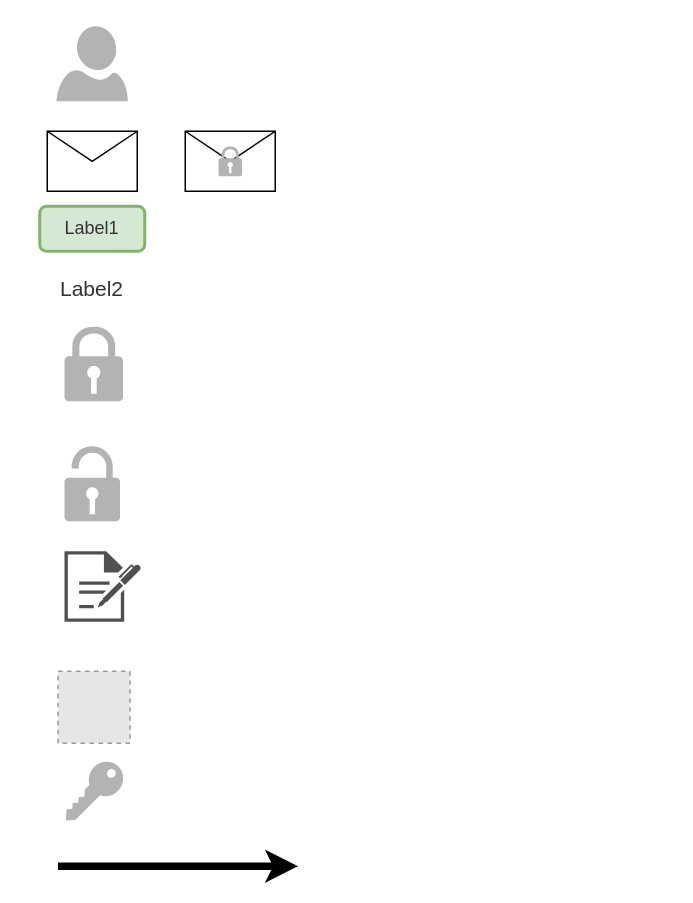
This is sign-then-encrypt_scheme.drawio from eraldss1/diagram-signcryption, a draw.io file, before an edit. Source tidied: cells renumbered, new cells numbered last; positions are measured from the earlier drawing's top-left corner, leaving out a move shared by most shapes. Both pictures are drawn from the tidied source at 150%, with x=0, y=0 at pixel (39, 26). Pictures stored in the file or linked from it are replaced by grey dashed boxes.
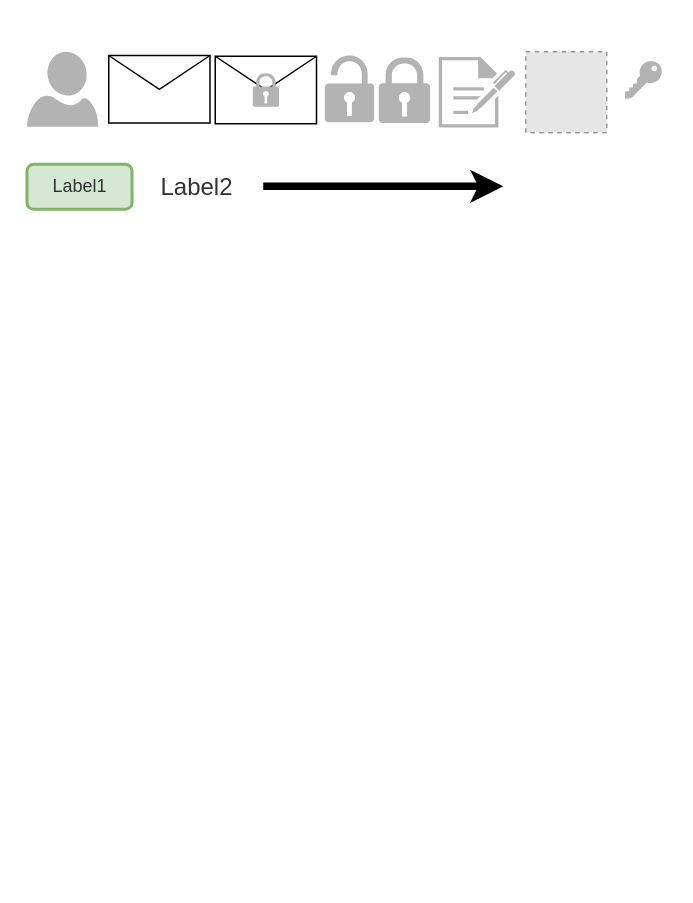
Above is the later version.

Change to the diagram source:
```diff
@@
 <mxGraphModel>
   <root>
     <mxCell id="0" />
     <mxCell id="1" parent="0" />
     <mxCell id="2" style="shape=message;html=1;whiteSpace=wrap;html=1;" parent="1" vertex="1">
-      <mxGeometry x="5" y="70" width="60" height="40" as="geometry" />
+      <mxGeometry x="46" y="19.5" width="67.5" height="45" as="geometry" />
     </mxCell>
     <mxCell id="3" style="verticalLabelPosition=bottom;html=1;verticalAlign=top;align=center;strokeColor=none;fillColor=#B3B3B3;shape=mxgraph.azure.user;" parent="1" vertex="1">
-      <mxGeometry x="11.2" width="47.5" height="50" as="geometry" />
+      <mxGeometry x="-8.5" y="17" width="47.5" height="50" as="geometry" />
     </mxCell>
     <mxCell id="4" value="Label1" style="text;html=1;strokeColor=#82b366;fillColor=#d5e8d4;align=center;verticalAlign=middle;whiteSpace=wrap;rounded=1;shadow=0;glass=0;sketch=0;strokeWidth=2;fontColor=#333333;" parent="1" vertex="1">
-      <mxGeometry y="120" width="70" height="30" as="geometry" />
+      <mxGeometry x="-8.5" y="92" width="70" height="30" as="geometry" />
     </mxCell>
     <mxCell id="5" style="sketch=0;shadow=0;dashed=0;html=1;strokeColor=none;labelPosition=center;verticalLabelPosition=bottom;verticalAlign=top;align=center;fillColor=#B3B3B3;shape=mxgraph.mscae.enterprise.lock;" parent="1" vertex="1">
-      <mxGeometry x="16.5" y="200" width="39" height="50" as="geometry" />
+      <mxGeometry x="226" y="20.5" width="34.3" height="44" as="geometry" />
     </mxCell>
     <mxCell id="6" style="sketch=0;shadow=0;dashed=0;html=1;strokeColor=none;labelPosition=center;verticalLabelPosition=bottom;verticalAlign=top;align=center;fillColor=#B3B3B3;shape=mxgraph.mscae.enterprise.lock_unlocked;" parent="1" vertex="1">
-      <mxGeometry x="16.5" y="280" width="37" height="50" as="geometry" />
+      <mxGeometry x="190" y="19.5" width="32.9" height="44.5" as="geometry" />
     </mxCell>
-    <mxCell id="7" style="sketch=0;shadow=0;dashed=0;html=1;strokeColor=none;fillColor=#505050;labelPosition=center;verticalLabelPosition=bottom;verticalAlign=top;align=center;shape=mxgraph.office.concepts.sign_up;" parent="1" vertex="1">
-      <mxGeometry x="16.5" y="350" width="51" height="47" as="geometry" />
+    <mxCell id="7" style="sketch=0;shadow=0;dashed=0;html=1;strokeColor=none;fillColor=#B3B3B3;labelPosition=center;verticalLabelPosition=bottom;verticalAlign=top;align=center;shape=mxgraph.office.concepts.sign_up;" parent="1" vertex="1">
+      <mxGeometry x="266" y="20.5" width="51" height="47" as="geometry" />
     </mxCell>
-    <mxCell id="8" style="fillColor=#E6E6E6;strokeColor=#999999;dashed=1;html=1;verticalAlign=top;verticalLabelPosition=bottom;labelBackgroundColor=#ffffff;" parent="1" vertex="1">
-      <mxGeometry x="12.2" y="430" width="48" height="48" as="geometry" />
-    </mxCell>
     <mxCell id="9" style="verticalLabelPosition=bottom;sketch=0;html=1;verticalAlign=top;align=center;shape=mxgraph.cisco19.key;fillColor=#B3B3B3;strokeColor=none;direction=south;rotation=45;strokeWidth=1;perimeterSpacing=0;" parent="1" vertex="1">
-      <mxGeometry x="23.5" y="486.2" width="22.5" height="50" as="geometry" />
+      <mxGeometry x="394" y="20.5" width="14.5" height="32.2" as="geometry" />
     </mxCell>
     <mxCell id="10" style="edgeStyle=segmentEdgeStyle;endArrow=classic;html=1;startSize=6;strokeWidth=5;curved=1;targetPerimeterSpacing=0;" parent="1" edge="1">
       <mxGeometry relative="1" as="geometry">
-        <mxPoint x="12.2" y="560" as="sourcePoint" />
-        <mxPoint x="172.2" y="560" as="targetPoint" />
+        <mxPoint x="149" y="106.7" as="sourcePoint" />
+        <mxPoint x="309" y="106.7" as="targetPoint" />
       </mxGeometry>
     </mxCell>
-    <mxCell id="11" value="Label2" style="text;html=1;strokeColor=none;fillColor=none;align=center;verticalAlign=middle;whiteSpace=wrap;rounded=0;shadow=0;glass=0;labelBorderColor=none;sketch=0;fontColor=#333333;fontSize=14;" parent="1" vertex="1">
-      <mxGeometry x="5" y="160" width="60" height="30" as="geometry" />
+    <mxCell id="11" value="Label2" style="text;html=1;strokeColor=none;fillColor=none;align=center;verticalAlign=middle;whiteSpace=wrap;rounded=0;shadow=0;glass=0;labelBorderColor=none;sketch=0;fontColor=#333333;fontSize=16;" parent="1" vertex="1">
+      <mxGeometry x="75" y="92" width="60" height="30" as="geometry" />
     </mxCell>
+    <mxCell id="14" style="fillColor=#E6E6E6;strokeColor=#999999;dashed=1;verticalLabelPosition=bottom;verticalAlign=top;" parent="1" vertex="1">
+      <mxGeometry x="324" y="17" width="54" height="54" as="geometry" />
+    </mxCell>
+    <mxCell id="15" style="group;" parent="1" vertex="1">
+      <mxGeometry x="117" y="20" width="67.5" height="45" as="geometry" />
+    </mxCell>
-    <mxCell id="12" style="shape=message;html=1;whiteSpace=wrap;html=1;" parent="1" vertex="1">
-      <mxGeometry x="97" y="70" width="60" height="40" as="geometry" />
+    <mxCell id="12" style="shape=message;html=1;whiteSpace=wrap;html=1;" parent="15" vertex="1">
+      <mxGeometry width="67.5" height="45" as="geometry" />
     </mxCell>
-    <mxCell id="13" style="sketch=0;shadow=0;dashed=0;html=1;strokeColor=none;labelPosition=center;verticalLabelPosition=bottom;verticalAlign=top;align=center;fillColor=#B3B3B3;shape=mxgraph.mscae.enterprise.lock;" parent="1" vertex="1">
-      <mxGeometry x="119.2" y="80" width="15.6" height="20" as="geometry" />
+    <mxCell id="13" style="sketch=0;shadow=0;dashed=0;html=1;strokeColor=none;labelPosition=center;verticalLabelPosition=bottom;verticalAlign=top;align=center;fillColor=#B3B3B3;shape=mxgraph.mscae.enterprise.lock;" parent="15" vertex="1">
+      <mxGeometry x="25" y="11.2" width="17.5" height="22.5" as="geometry" />
     </mxCell>
   </root>
 </mxGraphModel>
```
